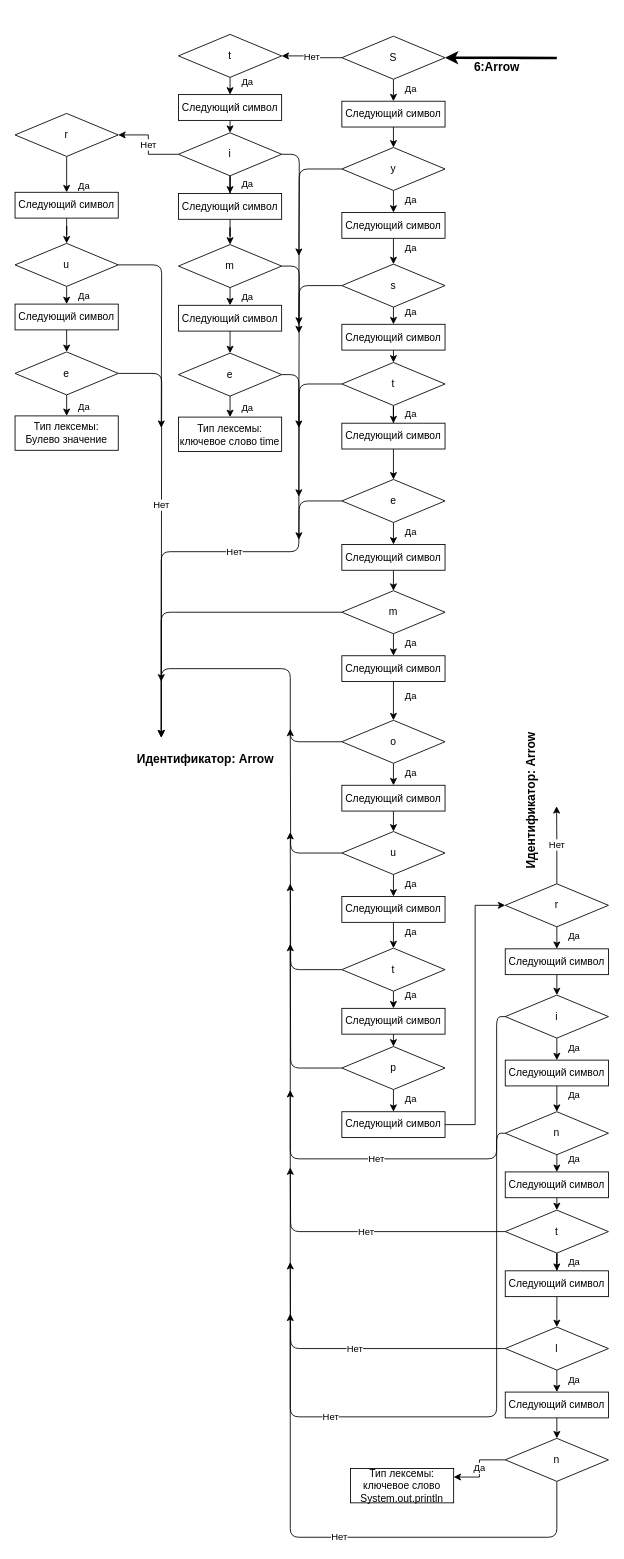
Earlier version of the draw.io diagram finally_automat7.drawio (DieNice/CourseTranslator). Source tidied: cells renumbered, new cells numbered last; positions are measured from the earlier drawing's top-left corner, leaving out a move shared by most shapes. Both pictures are drawn from the tidied source at 86%, with x=0, y=0 at pixel (15, 34).
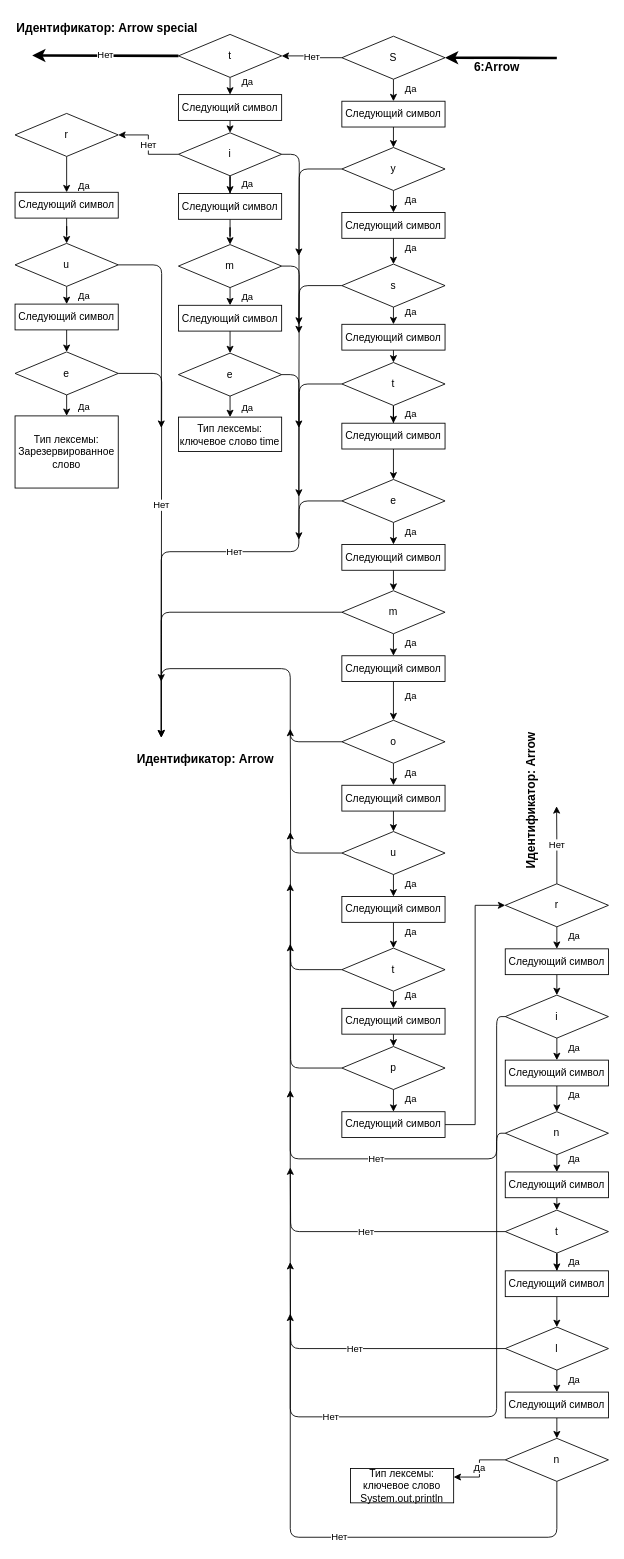
The same diagram, later.

Unchanged cells that the change refers to:
```xml
<mxCell id="83" value="t" style="rhombus;whiteSpace=wrap;html=1;" parent="1" vertex="1">
  <mxGeometry x="190" y="0.5" width="120" height="50" as="geometry" />
</mxCell>
```

What changed in the source:
```diff
@@
+    <mxCell id="119" value="Нет" style="edgeStyle=orthogonalEdgeStyle;rounded=0;jettySize=auto;html=1;exitX=0;exitY=0.5;exitDx=0;exitDy=0;strokeWidth=3;" parent="1" edge="1" source="83">
+      <mxGeometry relative="1" as="geometry">
+        <mxPoint x="20" y="25" as="targetPoint" />
+      </mxGeometry>
+    </mxCell>
@@
-    <mxCell id="110" value="Тип лексемы:&lt;br&gt;Булево значение" style="rounded=0;whiteSpace=wrap;html=1;" parent="1" vertex="1">
-      <mxGeometry y="444.1" width="120" height="40" as="geometry" />
+    <mxCell id="110" value="Тип лексемы:&lt;br&gt;Зарезервированное&lt;br&gt;слово" style="rounded=0;whiteSpace=wrap;html=1;" parent="1" vertex="1">
+      <mxGeometry y="444.1" width="120" height="83.9" as="geometry" />
     </mxCell>
@@
+    <mxCell id="120" value="&lt;b style=&quot;color: rgb(0 , 0 , 0) ; font-style: normal ; letter-spacing: normal ; text-indent: 0px ; text-transform: none ; word-spacing: 0px ; font-family: &amp;#34;helvetica&amp;#34; ; font-size: 14px ; text-align: center ; background-color: rgb(255 , 255 , 255)&quot;&gt;Идентификатор: Arrow special&lt;/b&gt;" style="text;whiteSpace=wrap;html=1;" parent="1" vertex="1">
+      <mxGeometry y="-22" width="230" height="30" as="geometry" />
+    </mxCell>
```
